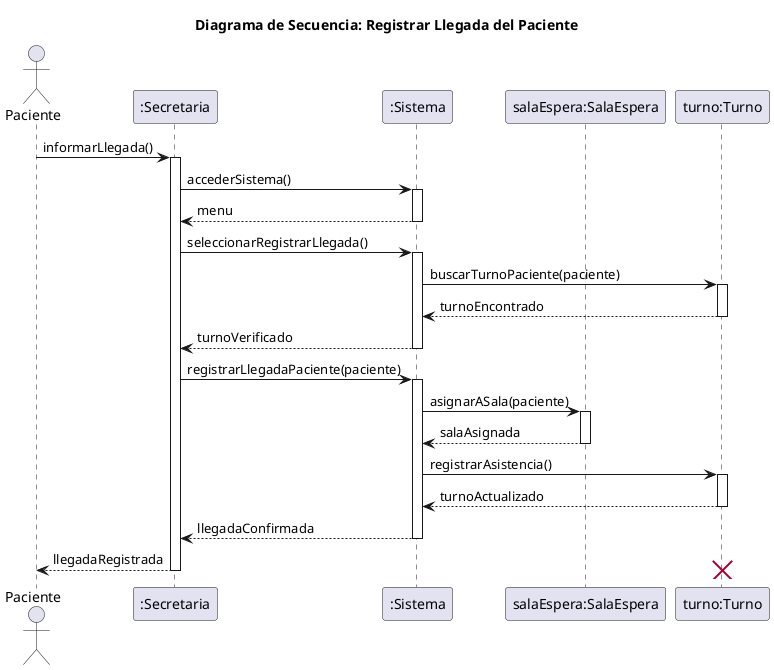
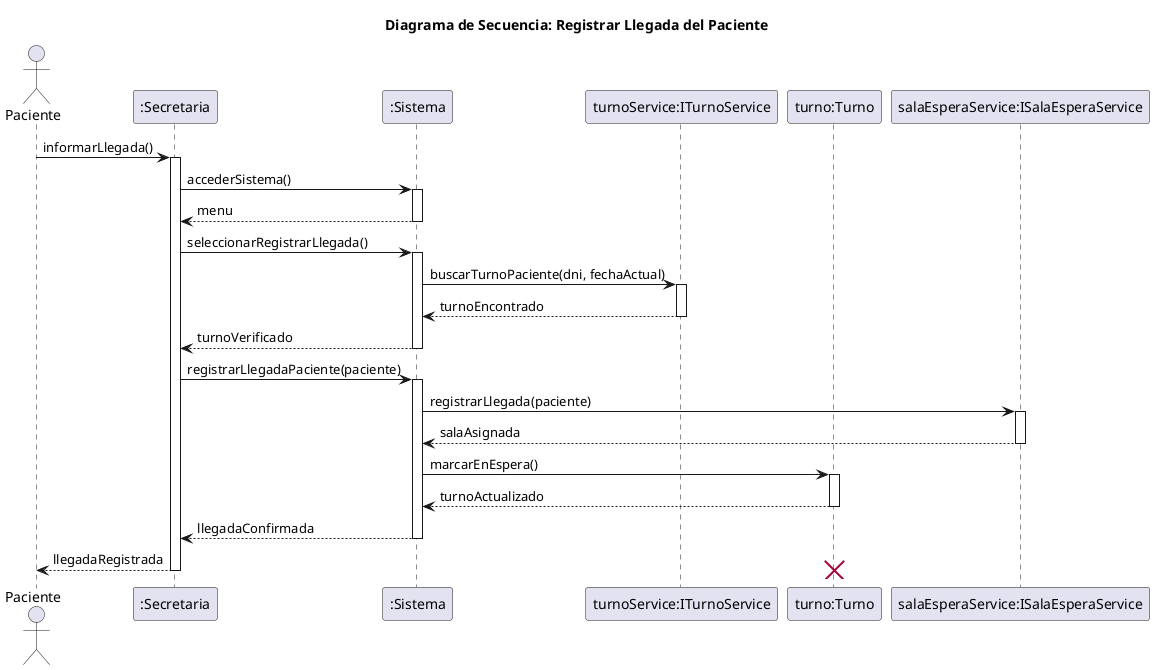
@startuml
title Diagrama de Secuencia: Registrar Llegada del Paciente

actor Paciente
participant ":Secretaria" as secretaria
participant ":Sistema" as sistema
- participant "salaEspera:SalaEspera" as salaEspera
+ participant "turnoService:ITurnoService" as turnoService
participant "turno:Turno" as turno
+ participant "salaEsperaService:ISalaEsperaService" as salaEsperaService

Paciente -> secretaria: informarLlegada()
activate secretaria
secretaria -> sistema: accederSistema()
activate sistema
sistema --> secretaria: menu
deactivate sistema
secretaria -> sistema: seleccionarRegistrarLlegada()
activate sistema
- sistema -> turno: buscarTurnoPaciente(paciente)
- activate turno
- turno --> sistema: turnoEncontrado
- deactivate turno
+ sistema -> turnoService: buscarTurnoPaciente(dni, fechaActual)
+ activate turnoService
+ turnoService --> sistema: turnoEncontrado
+ deactivate turnoService
sistema --> secretaria: turnoVerificado
deactivate sistema
secretaria -> sistema: registrarLlegadaPaciente(paciente)
activate sistema
- sistema -> salaEspera: asignarASala(paciente)
- activate salaEspera
- salaEspera --> sistema: salaAsignada
- deactivate salaEspera
- sistema -> turno: registrarAsistencia()
+ sistema -> salaEsperaService: registrarLlegada(paciente)
+ activate salaEsperaService
+ salaEsperaService --> sistema: salaAsignada
+ deactivate salaEsperaService
+ sistema -> turno: marcarEnEspera()
activate turno
turno --> sistema: turnoActualizado
deactivate turno
sistema --> secretaria: llegadaConfirmada
deactivate sistema
secretaria --> Paciente: llegadaRegistrada
deactivate secretaria

destroy turno
@enduml